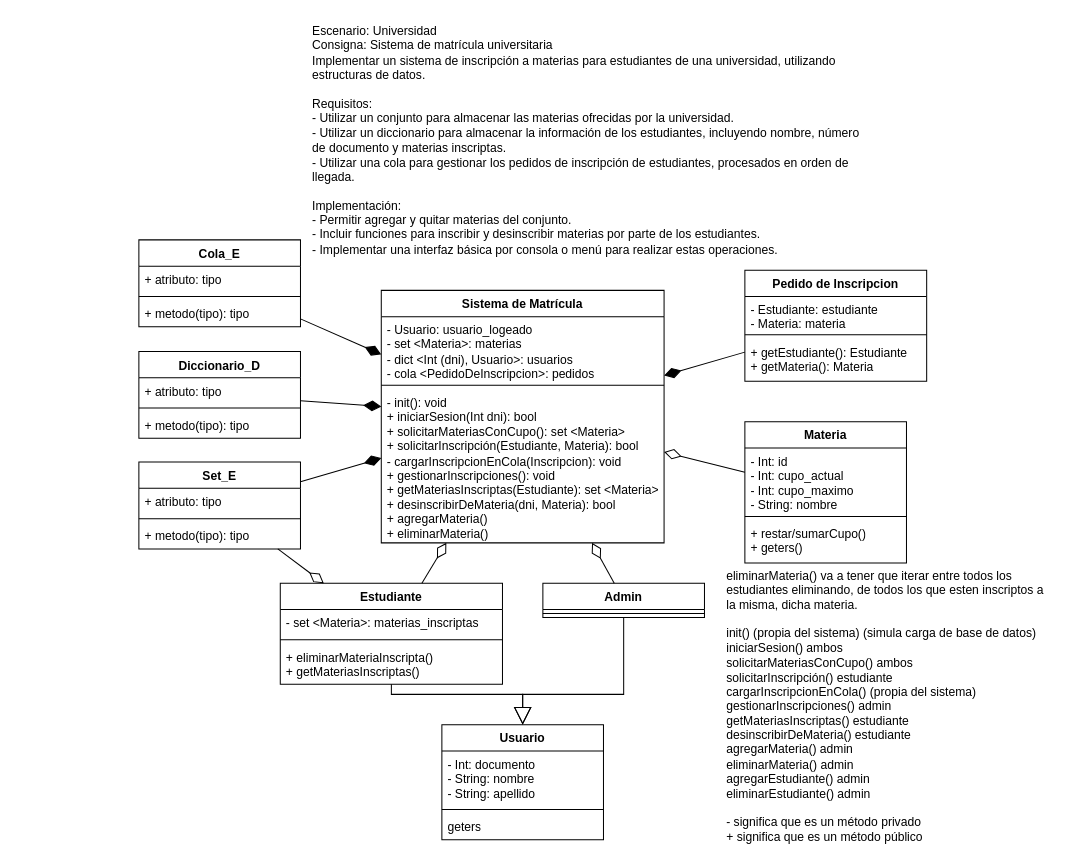
Before: Diagrama.drawio in sinesiuade/UADE-Programacion-2-Proyecto, a draw.io diagram. Source tidied: cells renumbered, new cells numbered last; positions are measured from the earlier drawing's top-left corner, leaving out a move shared by most shapes. Both pictures are drawn from the tidied source at 101%, with x=0, y=0 at pixel (138, 17).
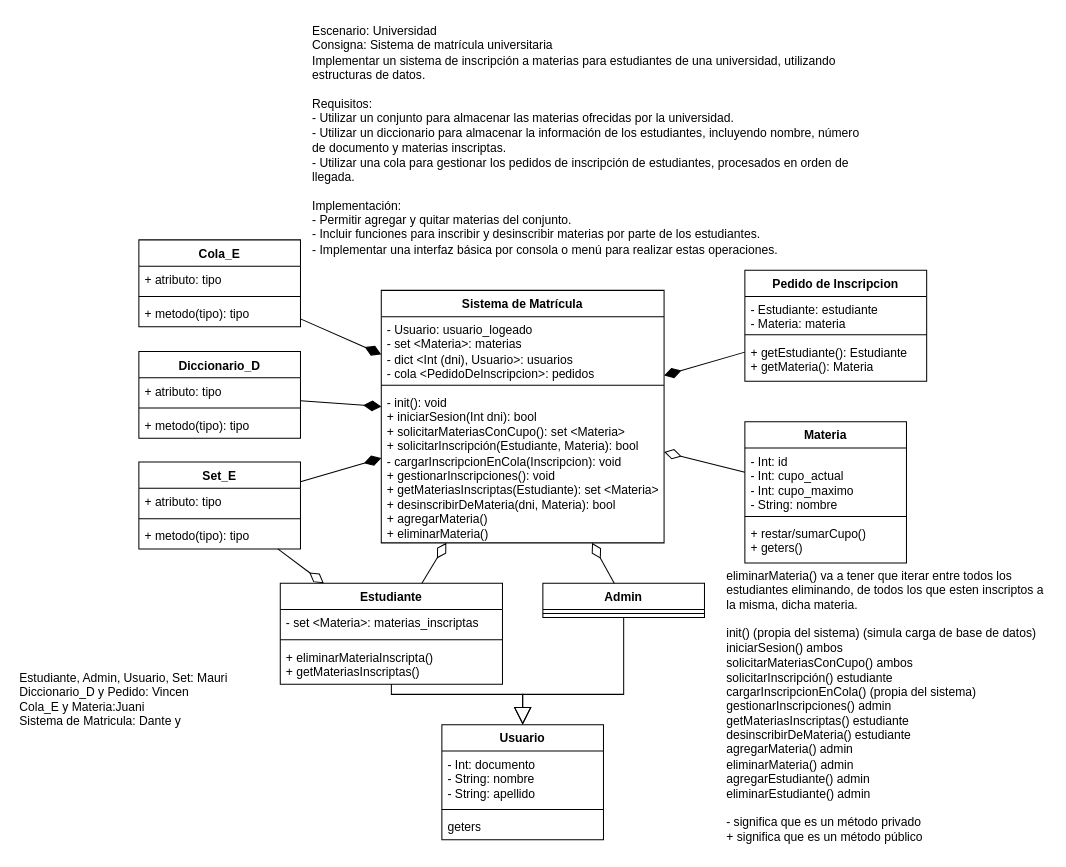
The same diagram, later.

The edit, as a diff of the source:
```diff
@@
+    <mxCell id="48" value="Estudiante, Admin, Usuario, Set: Mauri&lt;br&gt;Diccionario_D y Pedido: Vincen&lt;br&gt;Cola_E y Materia:Juani&lt;br&gt;Sistema de Matricula: Dante y&amp;nbsp;" style="text;html=1;strokeColor=none;fillColor=none;align=left;verticalAlign=middle;whiteSpace=wrap;rounded=0;" parent="1" vertex="1">
+      <mxGeometry x="-120" y="600" width="230" height="150" as="geometry" />
+    </mxCell>
```
